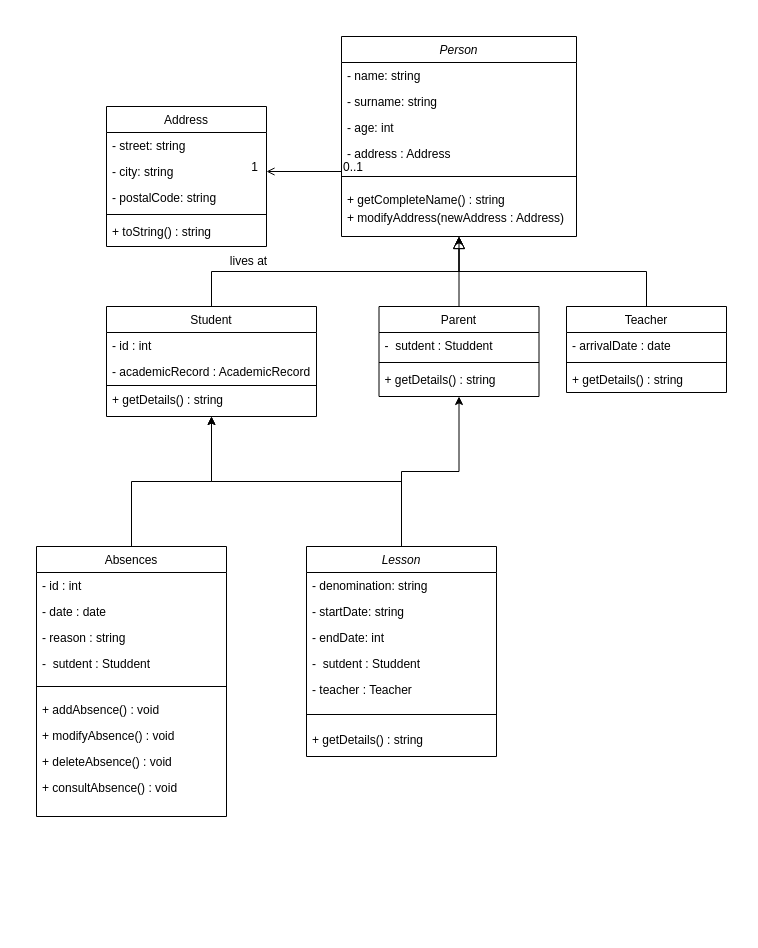
The draw.io diagram doc/diagrammeClasse.drawio in MelissaHOA/EXO_Gestion_Ecole, before the edit. Source tidied: cells renumbered, new cells numbered last; positions are measured from the earlier drawing's top-left corner, leaving out a move shared by most shapes. Both pictures are drawn from the tidied source at 100%, with x=0, y=0 at pixel (36, 36).
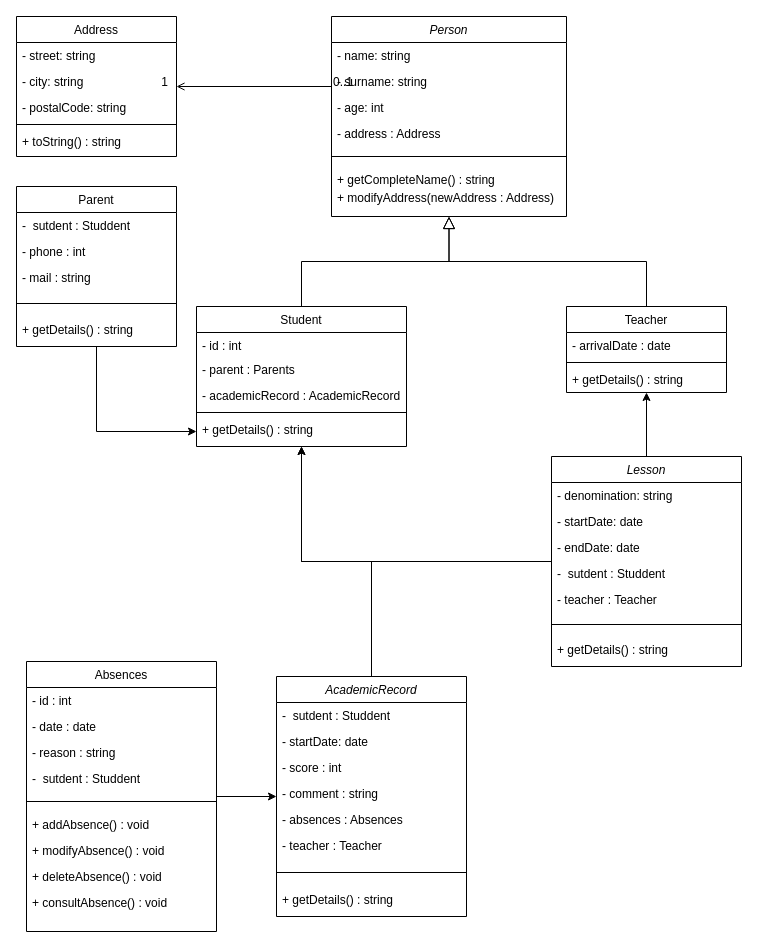
Above is the later version.

Commit message:
Mettre à jour diagrammeClasse.drawio

The change refers to these unchanged cells:
```xml
<mxCell id="16" value="Teacher" style="swimlane;fontStyle=0;align=center;verticalAlign=top;horizontal=1;startSize=26;rounded=0;shadow=0;strokeWidth=1;" parent="1" vertex="1">
  <mxGeometry x="530" y="270" width="160" height="86" as="geometry" />
</mxCell>
<mxCell id="27" style="endArrow=open;shadow=0;strokeWidth=1;rounded=0;curved=0;endFill=1;edgeStyle=elbowEdgeStyle;elbow=vertical;" parent="1" edge="1" source="2" target="21">
  <mxGeometry x="0.5" y="41" relative="1" as="geometry">
    <mxPoint x="-40" y="32" as="offset" />
  </mxGeometry>
</mxCell>
```

Change to the diagram source:
```diff
@@
     <mxCell id="2" value="Person" style="swimlane;fontStyle=2;align=center;verticalAlign=top;horizontal=1;startSize=26;rounded=0;shadow=0;strokeWidth=1;" parent="1" vertex="1">
-      <mxGeometry x="305" width="235" height="200" as="geometry" />
+      <mxGeometry x="295" y="-20" width="235" height="200" as="geometry" />
     </mxCell>
@@
     <mxCell id="10" value="Student" style="swimlane;fontStyle=0;align=center;verticalAlign=top;horizontal=1;startSize=26;rounded=0;shadow=0;strokeWidth=1;" parent="1" vertex="1">
-      <mxGeometry x="70" y="270" width="210" height="110" as="geometry" />
+      <mxGeometry x="160" y="270" width="210" height="140" as="geometry" />
     </mxCell>
     <mxCell id="11" value="- id : int" style="text;align=left;verticalAlign=top;spacingLeft=4;spacingRight=4;overflow=hidden;" parent="10" vertex="1">
-      <mxGeometry y="26" width="210" height="26" as="geometry" />
+      <mxGeometry y="26" width="210" height="24" as="geometry" />
     </mxCell>
+    <mxCell id="57" value="- parent : Parents" style="text;align=left;verticalAlign=top;spacingLeft=4;spacingRight=4;overflow=hidden;" parent="10" vertex="1">
+      <mxGeometry y="50" width="210" height="26" as="geometry" />
+    </mxCell>
     <mxCell id="12" value="- academicRecord : AcademicRecord" style="text;align=left;verticalAlign=top;spacingLeft=4;spacingRight=4;overflow=hidden;" parent="10" vertex="1">
-      <mxGeometry y="52" width="210" height="26" as="geometry" />
+      <mxGeometry y="76" width="210" height="26" as="geometry" />
     </mxCell>
     <mxCell id="13" style="line;html=1;strokeWidth=1;align=left;verticalAlign=middle;spacingTop=-1;spacingLeft=3;spacingRight=3;labelPosition=right;" parent="10" vertex="1">
-      <mxGeometry y="78" width="210" height="2" as="geometry" />
+      <mxGeometry y="102" width="210" height="8" as="geometry" />
     </mxCell>
     <mxCell id="14" value="+ getDetails() : string" style="text;align=left;verticalAlign=top;spacingLeft=4;spacingRight=4;overflow=hidden;points=[[0,0.5],[1,0.5]];portConstraint=eastwest;" parent="10" vertex="1">
-      <mxGeometry y="80" width="210" height="26" as="geometry" />
+      <mxGeometry y="110" width="210" height="30" as="geometry" />
     </mxCell>
@@
     <mxCell id="21" value="Address" style="swimlane;fontStyle=0;align=center;verticalAlign=top;horizontal=1;startSize=26;rounded=0;shadow=0;strokeWidth=1;" parent="1" vertex="1">
-      <mxGeometry x="70" y="70" width="160" height="140" as="geometry" />
+      <mxGeometry x="-20" y="-20" width="160" height="140" as="geometry" />
     </mxCell>
@@
-    <mxCell id="30" value="lives at" style="text;html=1;align=center;verticalAlign=middle;labelBackgroundColor=none;rounded=0;shadow=0;strokeWidth=1;fontSize=12;" parent="27" vertex="1">
-      <mxGeometry x="0.5" y="49" relative="1" as="geometry">
-        <mxPoint x="-38" y="40" as="offset" />
-      </mxGeometry>
-    </mxCell>
-    <mxCell id="31" style="edgeStyle=orthogonalEdgeStyle;rounded=0;jettySize=auto;html=1;" parent="1" edge="1" source="33" target="53">
-      <mxGeometry relative="1" as="geometry" />
-    </mxCell>
+    <mxCell id="58" style="edgeStyle=orthogonalEdgeStyle;rounded=0;jettySize=auto;html=1;" parent="1" edge="1" source="33" target="16">
+      <mxGeometry relative="1" as="geometry" />
+    </mxCell>
@@
     <mxCell id="33" value="Lesson" style="swimlane;fontStyle=2;align=center;verticalAlign=top;horizontal=1;startSize=26;rounded=0;shadow=0;strokeWidth=1;" parent="1" vertex="1">
-      <mxGeometry x="270" y="510" width="190" height="210" as="geometry" />
+      <mxGeometry x="515" y="420" width="190" height="210" as="geometry" />
     </mxCell>
@@
-    <mxCell id="35" value="- startDate: string" style="text;align=left;verticalAlign=top;spacingLeft=4;spacingRight=4;overflow=hidden;rounded=0;shadow=0;html=0;" parent="33" vertex="1">
+    <mxCell id="35" value="- startDate: date" style="text;align=left;verticalAlign=top;spacingLeft=4;spacingRight=4;overflow=hidden;rounded=0;shadow=0;html=0;" parent="33" vertex="1">
       <mxGeometry y="52" width="190" height="26" as="geometry" />
     </mxCell>
-    <mxCell id="36" value="- endDate: int" style="text;align=left;verticalAlign=top;spacingLeft=4;spacingRight=4;overflow=hidden;rounded=0;shadow=0;html=0;" parent="33" vertex="1">
+    <mxCell id="36" value="- endDate: date" style="text;align=left;verticalAlign=top;spacingLeft=4;spacingRight=4;overflow=hidden;rounded=0;shadow=0;html=0;" parent="33" vertex="1">
       <mxGeometry y="78" width="190" height="26" as="geometry" />
     </mxCell>
@@
-    <mxCell id="41" style="edgeStyle=orthogonalEdgeStyle;rounded=0;jettySize=auto;html=1;" parent="1" edge="1" source="42" target="10">
-      <mxGeometry relative="1" as="geometry" />
-    </mxCell>
+    <mxCell id="59" style="edgeStyle=orthogonalEdgeStyle;rounded=0;jettySize=auto;html=1;" parent="1" edge="1" source="42" target="64">
+      <mxGeometry relative="1" as="geometry" />
+    </mxCell>
     <mxCell id="42" value="Absences" style="swimlane;fontStyle=0;align=center;verticalAlign=top;horizontal=1;startSize=26;rounded=0;shadow=0;strokeWidth=1;" parent="1" vertex="1">
-      <mxGeometry y="510" width="190" height="270" as="geometry" />
+      <mxGeometry x="-10" y="625" width="190" height="270" as="geometry" />
     </mxCell>
@@
-    <mxCell id="52" style="edgeStyle=orthogonalEdgeStyle;rounded=0;jettySize=auto;html=1;" parent="1" edge="1" source="53" target="2">
-      <mxGeometry relative="1" as="geometry" />
-    </mxCell>
+    <mxCell id="60" style="edgeStyle=orthogonalEdgeStyle;rounded=0;jettySize=auto;html=1;entryX=0;entryY=0.5;entryDx=0;entryDy=0;" parent="1" edge="1" source="53" target="14">
+      <mxGeometry relative="1" as="geometry" />
+    </mxCell>
     <mxCell id="53" value="Parent" style="swimlane;fontStyle=0;align=center;verticalAlign=top;horizontal=1;startSize=26;rounded=0;shadow=0;strokeWidth=1;" parent="1" vertex="1">
-      <mxGeometry x="342.5" y="270" width="160" height="90" as="geometry" />
+      <mxGeometry x="-20" y="150" width="160" height="160" as="geometry" />
     </mxCell>
@@
+    <mxCell id="61" value="- phone : int" style="text;align=left;verticalAlign=top;spacingLeft=4;spacingRight=4;overflow=hidden;" parent="53" vertex="1">
+      <mxGeometry y="52" width="160" height="26" as="geometry" />
+    </mxCell>
+    <mxCell id="62" value="- mail : string" style="text;align=left;verticalAlign=top;spacingLeft=4;spacingRight=4;overflow=hidden;" parent="53" vertex="1">
+      <mxGeometry y="78" width="160" height="26" as="geometry" />
+    </mxCell>
     <mxCell id="55" style="line;html=1;strokeWidth=1;align=left;verticalAlign=middle;spacingTop=-1;spacingLeft=3;spacingRight=3;labelPosition=right;" parent="53" vertex="1">
-      <mxGeometry y="52" width="160" height="8" as="geometry" />
+      <mxGeometry y="104" width="160" height="26" as="geometry" />
     </mxCell>
     <mxCell id="56" value="+ getDetails() : string" style="text;align=left;verticalAlign=top;spacingLeft=4;spacingRight=4;overflow=hidden;" parent="53" vertex="1">
-      <mxGeometry y="60" width="160" height="26" as="geometry" />
+      <mxGeometry y="130" width="160" height="26" as="geometry" />
     </mxCell>
+    <mxCell id="63" style="edgeStyle=orthogonalEdgeStyle;rounded=0;jettySize=auto;html=1;" parent="1" edge="1" source="64" target="10">
+      <mxGeometry relative="1" as="geometry" />
+    </mxCell>
+    <mxCell id="64" value="AcademicRecord" style="swimlane;fontStyle=2;align=center;verticalAlign=top;horizontal=1;startSize=26;rounded=0;shadow=0;strokeWidth=1;" parent="1" vertex="1">
+      <mxGeometry x="240" y="640" width="190" height="240" as="geometry" />
+    </mxCell>
+    <mxCell id="65" value="-  sutdent : Studdent" style="text;align=left;verticalAlign=top;spacingLeft=4;spacingRight=4;overflow=hidden;" parent="64" vertex="1">
+      <mxGeometry y="26" width="190" height="26" as="geometry" />
+    </mxCell>
+    <mxCell id="66" value="- startDate: date" style="text;align=left;verticalAlign=top;spacingLeft=4;spacingRight=4;overflow=hidden;rounded=0;shadow=0;html=0;" parent="64" vertex="1">
+      <mxGeometry y="52" width="190" height="26" as="geometry" />
+    </mxCell>
+    <mxCell id="67" value="- score : int" style="text;align=left;verticalAlign=top;spacingLeft=4;spacingRight=4;overflow=hidden;" parent="64" vertex="1">
+      <mxGeometry y="78" width="190" height="26" as="geometry" />
+    </mxCell>
+    <mxCell id="68" value="- comment : string" style="text;align=left;verticalAlign=top;spacingLeft=4;spacingRight=4;overflow=hidden;" parent="64" vertex="1">
+      <mxGeometry y="104" width="190" height="26" as="geometry" />
+    </mxCell>
+    <mxCell id="69" value="- absences : Absences" style="text;align=left;verticalAlign=top;spacingLeft=4;spacingRight=4;overflow=hidden;" parent="64" vertex="1">
+      <mxGeometry y="130" width="190" height="26" as="geometry" />
+    </mxCell>
+    <mxCell id="70" value="- teacher : Teacher" style="text;align=left;verticalAlign=top;spacingLeft=4;spacingRight=4;overflow=hidden;" parent="64" vertex="1">
+      <mxGeometry y="156" width="190" height="26" as="geometry" />
+    </mxCell>
+    <mxCell id="71" style="line;html=1;strokeWidth=1;align=left;verticalAlign=middle;spacingTop=-1;spacingLeft=3;spacingRight=3;labelPosition=right;" parent="64" vertex="1">
+      <mxGeometry y="182" width="190" height="28" as="geometry" />
+    </mxCell>
+    <mxCell id="72" value="+ getDetails() : string" style="text;align=left;verticalAlign=top;spacingLeft=4;spacingRight=4;overflow=hidden;" parent="64" vertex="1">
+      <mxGeometry y="210" width="190" height="26" as="geometry" />
+    </mxCell>
```
